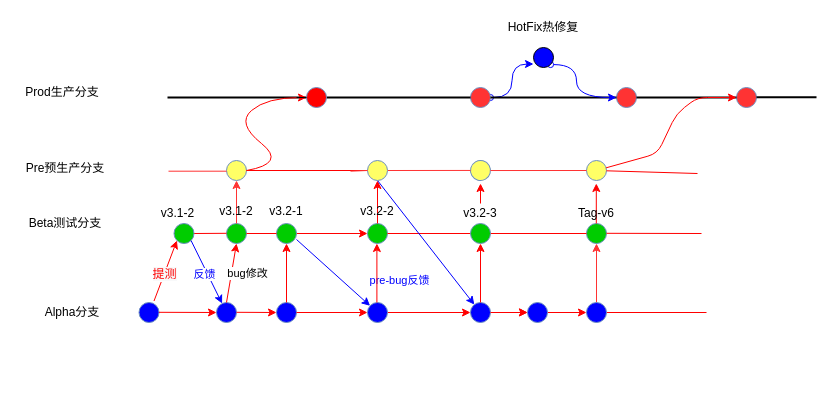
This is Untitled Diagram.drawio from Robbin-Liu/JavaSamples, a draw.io file, before an edit. Source tidied: cells renumbered, new cells numbered last; positions are measured from the earlier drawing's top-left corner, leaving out a move shared by most shapes. Both pictures are drawn from the tidied source at 100%, with x=0, y=0 at pixel (17, 17).
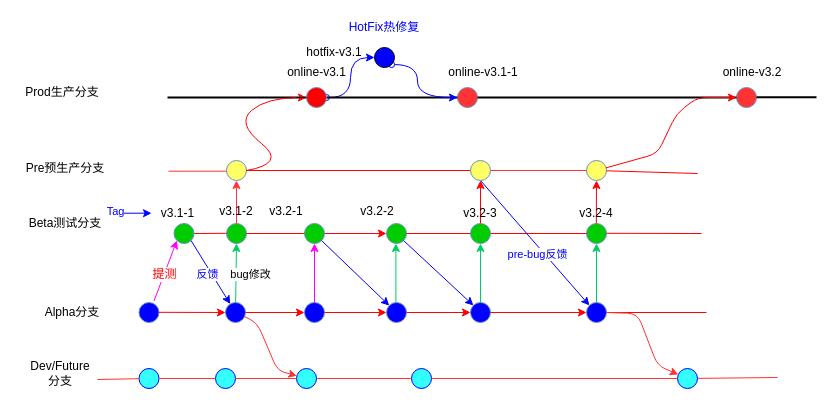
Above is the later version.

The change refers to these unchanged cells:
```xml
<mxCell id="15" style="ellipse;whiteSpace=wrap;html=1;strokeColor=#6c8ebf;fillColor=#FF0000;" parent="1" vertex="1">
  <mxGeometry x="289" y="70" width="20" height="20" as="geometry" />
</mxCell>
<mxCell id="21" style="ellipse;whiteSpace=wrap;html=1;strokeColor=#6c8ebf;fillColor=#FFFF66;rotation=0;" parent="1" vertex="1">
  <mxGeometry x="569" y="143" width="20" height="20" as="geometry" />
</mxCell>
<mxCell id="36" style="ellipse;whiteSpace=wrap;html=1;strokeColor=#6c8ebf;fillColor=#0000FF;" parent="1" vertex="1">
  <mxGeometry x="453" y="285" width="20" height="20" as="geometry" />
</mxCell>
<mxCell id="38" style="ellipse;whiteSpace=wrap;html=1;strokeColor=#6c8ebf;fillColor=#00CC00;" parent="1" vertex="1">
  <mxGeometry x="156.5" y="206" width="20" height="20" as="geometry" />
</mxCell>
<mxCell id="42" style="ellipse;whiteSpace=wrap;html=1;strokeColor=#6c8ebf;fillColor=#00CC00;" parent="1" vertex="1">
  <mxGeometry x="453" y="206" width="20" height="20" as="geometry" />
</mxCell>
<mxCell id="44" style="ellipse;whiteSpace=wrap;html=1;strokeColor=#6c8ebf;fillColor=#0000FF;" parent="1" vertex="1">
  <mxGeometry x="121.5" y="285" width="20" height="20" as="geometry" />
</mxCell>
<mxCell id="65" style="ellipse;whiteSpace=wrap;html=1;strokeColor=#6c8ebf;fillColor=#0000FF;" parent="1" vertex="1">
  <mxGeometry x="569" y="285" width="20" height="20" as="geometry" />
</mxCell>
<mxCell id="79" value="v3.2-3" style="text;html=1;strokeColor=none;fillColor=none;align=center;verticalAlign=middle;whiteSpace=wrap;rounded=0;" parent="1" vertex="1">
  <mxGeometry x="443" y="186" width="40" height="20" as="geometry" />
</mxCell>
```

Diff of the diagram source:
```diff
@@
-    <mxCell id="2" style="edgeStyle=orthogonalEdgeStyle;curved=1;rounded=0;jettySize=auto;html=1;exitX=1;exitY=0.5;exitDx=0;exitDy=0;entryX=0;entryY=0.825;entryDx=0;entryDy=0;entryPerimeter=0;startArrow=oval;startFill=0;endArrow=classic;endFill=1;strokeColor=#0000FF;" parent="1" edge="1" source="3" target="12">
+    <mxCell id="2" style="edgeStyle=orthogonalEdgeStyle;curved=1;rounded=0;jettySize=auto;html=1;entryX=0;entryY=0.5;entryDx=0;entryDy=0;startArrow=oval;startFill=0;endArrow=classic;endFill=1;strokeColor=#0000FF;" parent="1" edge="1" source="15" target="12">
       <mxGeometry relative="1" as="geometry" />
     </mxCell>
-    <mxCell id="3" style="ellipse;whiteSpace=wrap;html=1;strokeColor=#6c8ebf;fillColor=#FF3333;" parent="1" vertex="1">
-      <mxGeometry x="453" y="70" width="20" height="20" as="geometry" />
-    </mxCell>
     <mxCell id="4" style="ellipse;whiteSpace=wrap;html=1;strokeColor=#6c8ebf;fillColor=#FF3333;" parent="1" vertex="1">
-      <mxGeometry x="599" y="70" width="20" height="20" as="geometry" />
+      <mxGeometry x="440" y="70" width="20" height="20" as="geometry" />
     </mxCell>
@@
-    <mxCell id="6" style="endArrow=none;html=1;entryX=0;entryY=0.5;entryDx=0;entryDy=0;strokeWidth=2;" parent="1" edge="1" source="15" target="3">
-      <mxGeometry relative="1" as="geometry" />
-    </mxCell>
-    <mxCell id="7" style="endArrow=none;html=1;entryX=1;entryY=0.5;entryDx=0;entryDy=0;exitX=0;exitY=0.5;exitDx=0;exitDy=0;strokeWidth=2;" parent="1" edge="1" source="4" target="3">
+    <mxCell id="7" style="endArrow=none;html=1;exitX=0;exitY=0.5;exitDx=0;exitDy=0;strokeWidth=2;" parent="1" edge="1" source="4" target="15">
       <mxGeometry relative="1" as="geometry" />
     </mxCell>
@@
     <mxCell id="11" style="edgeStyle=orthogonalEdgeStyle;curved=1;rounded=0;jettySize=auto;html=1;exitX=1;exitY=1;exitDx=0;exitDy=0;startArrow=oval;startFill=0;endArrow=classic;endFill=1;strokeColor=#0000FF;entryX=0;entryY=0.5;entryDx=0;entryDy=0;" parent="1" edge="1" source="12" target="4">
       <mxGeometry relative="1" as="geometry">
         <Array as="points">
-          <mxPoint x="559" y="47" />
-          <mxPoint x="559" y="80" />
+          <mxPoint x="400" y="47" />
+          <mxPoint x="400" y="80" />
         </Array>
       </mxGeometry>
     </mxCell>
     <mxCell id="12" style="ellipse;whiteSpace=wrap;html=1;fillColor=#0000FF;" parent="1" vertex="1">
-      <mxGeometry x="516" y="30" width="20" height="20" as="geometry" />
+      <mxGeometry x="357" y="30" width="20" height="20" as="geometry" />
     </mxCell>
@@
     <mxCell id="24" style="ellipse;whiteSpace=wrap;html=1;strokeColor=#6c8ebf;fillColor=#00CC00;" parent="1" vertex="1">
-      <mxGeometry x="350" y="206" width="20" height="20" as="geometry" />
+      <mxGeometry x="369" y="206" width="20" height="20" as="geometry" />
     </mxCell>
@@
-    <mxCell id="30" style="endArrow=classic;html=1;strokeColor=#FF0000;strokeWidth=1;entryX=0.5;entryY=1;entryDx=0;entryDy=0;exitX=0.5;exitY=0;exitDx=0;exitDy=0;" parent="1" edge="1" source="24">
-      <mxGeometry relative="1" as="geometry">
-        <mxPoint x="360" y="163" as="targetPoint" />
-      </mxGeometry>
+    <mxCell id="30" style="endArrow=classic;html=1;strokeColor=#FF0000;strokeWidth=1;exitX=0.5;exitY=1;exitDx=0;exitDy=0;entryX=1;entryY=0.5;entryDx=0;entryDy=0;" parent="1" edge="1" source="79" target="81">
+      <mxGeometry relative="1" as="geometry" />
     </mxCell>
-    <mxCell id="31" style="endArrow=classic;html=1;strokeColor=#FF0000;strokeWidth=1;entryX=0.5;entryY=1;entryDx=0;entryDy=0;" parent="1" edge="1">
+    <mxCell id="31" style="endArrow=classic;html=1;strokeColor=#FF0000;strokeWidth=1;" parent="1" edge="1" target="21">
       <mxGeometry relative="1" as="geometry">
         <mxPoint x="578.8" y="206" as="sourcePoint" />
-        <mxPoint x="578.8" y="166" as="targetPoint" />
       </mxGeometry>
     </mxCell>
     <mxCell id="32" style="ellipse;whiteSpace=wrap;html=1;strokeColor=#6c8ebf;fillColor=#00CC00;" parent="1" vertex="1">
-      <mxGeometry x="259" y="206" width="20" height="20" as="geometry" />
+      <mxGeometry x="287" y="206" width="20" height="20" as="geometry" />
     </mxCell>
@@
     <mxCell id="34" style="ellipse;whiteSpace=wrap;html=1;strokeColor=#6c8ebf;fillColor=#0000FF;" parent="1" vertex="1">
-      <mxGeometry x="199" y="285" width="20" height="20" as="geometry" />
+      <mxGeometry x="208" y="285" width="20" height="20" as="geometry" />
     </mxCell>
     <mxCell id="35" style="ellipse;whiteSpace=wrap;html=1;strokeColor=#6c8ebf;fillColor=#0000FF;" parent="1" vertex="1">
-      <mxGeometry x="259" y="285" width="20" height="20" as="geometry" />
+      <mxGeometry x="287" y="285" width="20" height="20" as="geometry" />
     </mxCell>
@@
-    <mxCell id="41" style="ellipse;whiteSpace=wrap;html=1;strokeColor=#6c8ebf;fillColor=#FFFF66;rotation=15;" parent="1" vertex="1">
-      <mxGeometry x="453" y="143" width="20" height="20" as="geometry" />
-    </mxCell>
@@
-    <mxCell id="43" style="endArrow=classic;html=1;strokeColor=#FF0000;strokeWidth=1;" parent="1" edge="1" source="79">
-      <mxGeometry relative="1" as="geometry">
-        <mxPoint x="463" y="166" as="targetPoint" />
-      </mxGeometry>
-    </mxCell>
@@
-    <mxCell id="45" style="endArrow=classic;html=1;strokeColor=#FF0000;strokeWidth=1;exitX=0.75;exitY=-0.075;exitDx=0;exitDy=0;exitPerimeter=0;entryX=0;entryY=1;entryDx=0;entryDy=0;" parent="1" edge="1" source="44" target="38">
+    <mxCell id="45" style="endArrow=classic;html=1;strokeWidth=1;exitX=0.75;exitY=-0.075;exitDx=0;exitDy=0;exitPerimeter=0;entryX=0;entryY=1;entryDx=0;entryDy=0;strokeColor=#FF00FF;" parent="1" edge="1" source="44" target="38">
       <mxGeometry relative="1" as="geometry" />
     </mxCell>
@@
-    <mxCell id="49" style="endArrow=classic;html=1;strokeColor=#FF0000;strokeWidth=1;" parent="1" edge="1">
+    <mxCell id="49" style="endArrow=classic;html=1;strokeWidth=1;strokeColor=#00CC66;" parent="1" edge="1" source="34">
       <mxGeometry relative="1" as="geometry">
-        <mxPoint x="209" y="285" as="sourcePoint" />
         <mxPoint x="219" y="226" as="targetPoint" />
       </mxGeometry>
     </mxCell>
@@
-    <mxCell id="52" style="endArrow=classic;html=1;strokeColor=#FF0000;strokeWidth=1;endFill=1;" parent="1" edge="1">
-      <mxGeometry relative="1" as="geometry">
-        <mxPoint x="219" y="294.8" as="sourcePoint" />
-        <mxPoint x="259" y="295" as="targetPoint" />
-      </mxGeometry>
+    <mxCell id="52" style="endArrow=classic;html=1;strokeColor=#FF0000;strokeWidth=1;endFill=1;entryX=0;entryY=0.5;entryDx=0;entryDy=0;" parent="1" edge="1" source="34" target="35">
+      <mxGeometry relative="1" as="geometry" />
     </mxCell>
@@
-    <mxCell id="54" style="endArrow=classic;html=1;strokeColor=#FF0000;strokeWidth=1;exitX=1;exitY=0.5;exitDx=0;exitDy=0;endFill=1;" parent="1" edge="1" source="36" target="77">
-      <mxGeometry relative="1" as="geometry" />
-    </mxCell>
-    <mxCell id="55" style="endArrow=classic;html=1;strokeColor=#FF0000;strokeWidth=1;entryX=0;entryY=0.5;entryDx=0;entryDy=0;endFill=1;" parent="1" edge="1" source="77" target="65">
-      <mxGeometry relative="1" as="geometry" />
-    </mxCell>
@@
-    <mxCell id="57" style="endArrow=classic;html=1;strokeColor=#FF0000;strokeWidth=1;entryX=0.5;entryY=1;entryDx=0;entryDy=0;exitX=0.5;exitY=0;exitDx=0;exitDy=0;" parent="1" edge="1" source="35" target="32">
+    <mxCell id="57" style="endArrow=classic;html=1;strokeWidth=1;entryX=0.5;entryY=1;entryDx=0;entryDy=0;exitX=0.5;exitY=0;exitDx=0;exitDy=0;strokeColor=#FF00FF;" parent="1" edge="1" source="35" target="32">
       <mxGeometry relative="1" as="geometry" />
     </mxCell>
@@
-    <mxCell id="61" style="endArrow=classic;html=1;strokeWidth=1;exitX=1;exitY=0.5;exitDx=0;exitDy=0;strokeColor=#0000FF;" parent="1" edge="1" source="81" target="36">
+    <mxCell id="61" style="endArrow=classic;html=1;strokeWidth=1;exitX=1;exitY=0.5;exitDx=0;exitDy=0;strokeColor=#0000FF;entryX=0;entryY=0;entryDx=0;entryDy=0;" parent="1" edge="1" source="81" target="65">
       <mxGeometry relative="1" as="geometry" />
     </mxCell>
     <mxCell id="62" value="pre-bug反馈" style="edgeLabel;html=1;align=center;verticalAlign=middle;fontColor=#0000FF;" parent="61" vertex="1">
       <mxGeometry x="-0.74" relative="1" as="geometry">
-        <mxPoint x="9.6" y="83.5" as="offset" />
+        <mxPoint x="41.7" y="57.2" as="offset" />
       </mxGeometry>
     </mxCell>
-    <mxCell id="63" style="endArrow=classic;html=1;strokeColor=#FF0000;strokeWidth=1;exitX=0.5;exitY=0;exitDx=0;exitDy=0;entryX=0.5;entryY=1;entryDx=0;entryDy=0;" parent="1" edge="1" source="36" target="42">
+    <mxCell id="63" style="endArrow=classic;html=1;strokeWidth=1;exitX=0.5;exitY=0;exitDx=0;exitDy=0;entryX=0.5;entryY=1;entryDx=0;entryDy=0;strokeColor=#00CC66;" parent="1" edge="1" source="36" target="42">
       <mxGeometry relative="1" as="geometry" />
     </mxCell>
-    <mxCell id="64" style="endArrow=classic;html=1;strokeWidth=1;exitX=0.5;exitY=0;exitDx=0;exitDy=0;strokeColor=#FF3333;" parent="1" edge="1" source="65">
+    <mxCell id="64" style="endArrow=classic;html=1;strokeWidth=1;exitX=0.5;exitY=0;exitDx=0;exitDy=0;strokeColor=#00CC66;" parent="1" edge="1" source="65">
       <mxGeometry relative="1" as="geometry">
         <mxPoint x="579" y="226" as="targetPoint" />
       </mxGeometry>
     </mxCell>
@@
-    <mxCell id="67" value="v3.1-2" style="text;html=1;strokeColor=none;fillColor=none;align=center;verticalAlign=middle;whiteSpace=wrap;rounded=0;" parent="1" vertex="1">
+    <mxCell id="67" value="v3.1-1" style="text;html=1;strokeColor=none;fillColor=none;align=center;verticalAlign=middle;whiteSpace=wrap;rounded=0;" parent="1" vertex="1">
       <mxGeometry x="121.5" y="186" width="76.5" height="20" as="geometry" />
     </mxCell>
-    <mxCell id="68" value="HotFix热修复" style="text;html=1;strokeColor=none;fillColor=none;align=center;verticalAlign=middle;whiteSpace=wrap;rounded=0;" parent="1" vertex="1">
-      <mxGeometry x="483" width="86" height="20" as="geometry" />
+    <mxCell id="68" value="&lt;font color=&quot;#0000ff&quot;&gt;HotFix热修复&lt;/font&gt;" style="text;html=1;strokeColor=none;fillColor=none;align=center;verticalAlign=middle;whiteSpace=wrap;rounded=0;" parent="1" vertex="1">
+      <mxGeometry x="324" width="86" height="20" as="geometry" />
     </mxCell>
-    <mxCell id="69" style="endArrow=none;html=1;strokeColor=#FF3333;strokeWidth=1;" parent="1" edge="1" source="41" target="21">
-      <mxGeometry relative="1" as="geometry" />
-    </mxCell>
-    <mxCell id="70" style="endArrow=none;html=1;strokeColor=#FF3333;strokeWidth=1;" parent="1" edge="1" source="81" target="41">
+    <mxCell id="70" style="endArrow=none;html=1;strokeColor=#FF3333;strokeWidth=1;" parent="1" edge="1" source="81" target="21">
       <mxGeometry relative="1" as="geometry" />
     </mxCell>
@@
-    <mxCell id="72" value="Tag-v6" style="text;html=1;strokeColor=none;fillColor=none;align=center;verticalAlign=middle;whiteSpace=wrap;rounded=0;" parent="1" vertex="1">
+    <mxCell id="72" value="v3.2-4" style="text;html=1;strokeColor=none;fillColor=none;align=center;verticalAlign=middle;whiteSpace=wrap;rounded=0;" parent="1" vertex="1">
       <mxGeometry x="559" y="186" width="40" height="20" as="geometry" />
     </mxCell>
@@
-    <mxCell id="77" style="ellipse;whiteSpace=wrap;html=1;strokeColor=#6c8ebf;fillColor=#0000FF;" parent="1" vertex="1">
-      <mxGeometry x="510" y="285" width="20" height="20" as="geometry" />
-    </mxCell>
-    <mxCell id="78" style="endArrow=classic;html=1;strokeColor=#FF0000;strokeWidth=1;entryX=0;entryY=0.5;entryDx=0;entryDy=0;endFill=1;" parent="1" edge="1" target="77">
-      <mxGeometry relative="1" as="geometry">
-        <mxPoint x="502" y="294.8" as="sourcePoint" />
-      </mxGeometry>
+    <mxCell id="78" style="endArrow=classic;html=1;strokeColor=#FF0000;strokeWidth=1;entryX=0;entryY=0.5;entryDx=0;entryDy=0;endFill=1;exitX=1;exitY=0.5;exitDx=0;exitDy=0;" parent="1" edge="1" source="36" target="65">
+      <mxGeometry relative="1" as="geometry" />
     </mxCell>
@@
     <mxCell id="81" style="ellipse;whiteSpace=wrap;html=1;strokeColor=#6c8ebf;fillColor=#FFFF66;rotation=0;direction=south;" parent="1" vertex="1">
-      <mxGeometry x="350" y="143" width="20" height="20" as="geometry" />
+      <mxGeometry x="453" y="143" width="20" height="20" as="geometry" />
     </mxCell>
-    <mxCell id="82" style="endArrow=none;html=1;strokeColor=#FF3333;strokeWidth=1;" parent="1" edge="1" target="81">
-      <mxGeometry relative="1" as="geometry">
-        <mxPoint x="333" y="153.7" as="sourcePoint" />
-      </mxGeometry>
-    </mxCell>
     <mxCell id="83" style="ellipse;whiteSpace=wrap;html=1;strokeColor=#6c8ebf;fillColor=#0000FF;" parent="1" vertex="1">
-      <mxGeometry x="350" y="285" width="20" height="20" as="geometry" />
+      <mxGeometry x="369" y="285" width="20" height="20" as="geometry" />
     </mxCell>
@@
-    <mxCell id="85" style="endArrow=classic;html=1;strokeWidth=1;exitX=1;exitY=1;exitDx=0;exitDy=0;strokeColor=#0000FF;" parent="1" edge="1" target="83">
-      <mxGeometry relative="1" as="geometry">
-        <mxPoint x="279" y="222" as="sourcePoint" />
-      </mxGeometry>
+    <mxCell id="85" style="endArrow=classic;html=1;strokeWidth=1;exitX=1;exitY=1;exitDx=0;exitDy=0;strokeColor=#0000FF;" parent="1" edge="1" source="32" target="83">
+      <mxGeometry relative="1" as="geometry" />
     </mxCell>
-    <mxCell id="86" style="endArrow=classic;html=1;strokeColor=#FF0000;strokeWidth=1;entryX=0.5;entryY=1;entryDx=0;entryDy=0;exitX=0.5;exitY=0;exitDx=0;exitDy=0;" parent="1" edge="1">
+    <mxCell id="86" style="endArrow=classic;html=1;strokeWidth=1;entryX=0.5;entryY=1;entryDx=0;entryDy=0;exitX=0.5;exitY=0;exitDx=0;exitDy=0;strokeColor=#00CC66;" parent="1" edge="1">
       <mxGeometry relative="1" as="geometry">
-        <mxPoint x="359.4" y="285" as="sourcePoint" />
-        <mxPoint x="359.4" y="226" as="targetPoint" />
+        <mxPoint x="378.4" y="285" as="sourcePoint" />
+        <mxPoint x="378.4" y="226" as="targetPoint" />
       </mxGeometry>
     </mxCell>
+    <mxCell id="87" style="endArrow=none;html=1;strokeColor=#FF3333;strokeWidth=1;fontColor=#0000FF;" parent="1" edge="1" source="96">
+      <mxGeometry relative="1" as="geometry">
+        <mxPoint x="760" y="360" as="targetPoint" />
+      </mxGeometry>
+    </mxCell>
+    <mxCell id="88" style="ellipse;whiteSpace=wrap;html=1;strokeColor=#0000FF;fontColor=#0000FF;fillColor=#33FFFF;" parent="1" vertex="1">
+      <mxGeometry x="121.5" y="351" width="20" height="20" as="geometry" />
+    </mxCell>
+    <mxCell id="89" style="endArrow=none;html=1;strokeColor=#FF3333;strokeWidth=1;fontColor=#0000FF;" parent="1" edge="1" target="88">
+      <mxGeometry relative="1" as="geometry">
+        <mxPoint x="80" y="362" as="sourcePoint" />
+      </mxGeometry>
+    </mxCell>
+    <mxCell id="90" style="ellipse;whiteSpace=wrap;html=1;strokeColor=#0000FF;fontColor=#0000FF;fillColor=#33FFFF;" parent="1" vertex="1">
+      <mxGeometry x="198" y="351" width="20" height="20" as="geometry" />
+    </mxCell>
+    <mxCell id="91" style="endArrow=none;html=1;strokeColor=#FF3333;strokeWidth=1;fontColor=#0000FF;" parent="1" edge="1" source="88" target="90">
+      <mxGeometry relative="1" as="geometry" />
+    </mxCell>
+    <mxCell id="92" style="ellipse;whiteSpace=wrap;html=1;strokeColor=#0000FF;fontColor=#0000FF;fillColor=#33FFFF;" parent="1" vertex="1">
+      <mxGeometry x="279" y="351" width="20" height="20" as="geometry" />
+    </mxCell>
+    <mxCell id="93" style="endArrow=none;html=1;strokeColor=#FF3333;strokeWidth=1;fontColor=#0000FF;" parent="1" edge="1" source="90" target="92">
+      <mxGeometry relative="1" as="geometry" />
+    </mxCell>
+    <mxCell id="94" style="ellipse;whiteSpace=wrap;html=1;strokeColor=#0000FF;fontColor=#0000FF;fillColor=#33FFFF;" parent="1" vertex="1">
+      <mxGeometry x="394" y="351" width="20" height="20" as="geometry" />
+    </mxCell>
+    <mxCell id="95" style="endArrow=none;html=1;strokeColor=#FF3333;strokeWidth=1;fontColor=#0000FF;" parent="1" edge="1" source="92" target="94">
+      <mxGeometry relative="1" as="geometry" />
+    </mxCell>
+    <mxCell id="96" style="ellipse;whiteSpace=wrap;html=1;strokeColor=#0000FF;fontColor=#0000FF;fillColor=#33FFFF;" parent="1" vertex="1">
+      <mxGeometry x="660" y="351" width="20" height="20" as="geometry" />
+    </mxCell>
+    <mxCell id="97" style="endArrow=none;html=1;strokeColor=#FF3333;strokeWidth=1;fontColor=#0000FF;" parent="1" edge="1" source="94" target="96">
+      <mxGeometry relative="1" as="geometry" />
+    </mxCell>
+    <mxCell id="98" value="Dev/Future分支" style="text;html=1;strokeColor=none;fillColor=none;align=center;verticalAlign=middle;whiteSpace=wrap;rounded=0;" parent="1" vertex="1">
+      <mxGeometry x="12.5" y="346" width="60" height="20" as="geometry" />
+    </mxCell>
+    <mxCell id="99" style="endArrow=classic;html=1;strokeColor=#FF3333;strokeWidth=1;fontColor=#0000FF;" parent="1" edge="1" target="92">
+      <mxGeometry relative="1" as="geometry">
+        <mxPoint x="227" y="299" as="sourcePoint" />
+        <Array as="points">
+          <mxPoint x="240" y="306" />
+          <mxPoint x="260" y="353" />
+        </Array>
+      </mxGeometry>
+    </mxCell>
+    <mxCell id="100" style="endArrow=classic;html=1;strokeColor=#FF3333;strokeWidth=1;fontColor=#0000FF;exitX=1;exitY=0.5;exitDx=0;exitDy=0;" parent="1" edge="1" source="65" target="96">
+      <mxGeometry relative="1" as="geometry">
+        <Array as="points">
+          <mxPoint x="620" y="296" />
+          <mxPoint x="640" y="348" />
+        </Array>
+      </mxGeometry>
+    </mxCell>
+    <mxCell id="101" value="online-v3.1" style="text;html=1;strokeColor=none;fillColor=none;align=center;verticalAlign=middle;whiteSpace=wrap;rounded=0;" parent="1" vertex="1">
+      <mxGeometry x="268.5" y="45" width="61" height="20" as="geometry" />
+    </mxCell>
+    <mxCell id="102" value="hotfix-v3.1" style="text;html=1;strokeColor=none;fillColor=none;align=center;verticalAlign=middle;whiteSpace=wrap;rounded=0;" parent="1" vertex="1">
+      <mxGeometry x="271" y="25" width="92" height="20" as="geometry" />
+    </mxCell>
+    <mxCell id="103" value="online-v3.1-1" style="text;html=1;strokeColor=none;fillColor=none;align=center;verticalAlign=middle;whiteSpace=wrap;rounded=0;" parent="1" vertex="1">
+      <mxGeometry x="422" y="45" width="88" height="20" as="geometry" />
+    </mxCell>
+    <mxCell id="104" value="online-v3.2" style="text;html=1;strokeColor=none;fillColor=none;align=center;verticalAlign=middle;whiteSpace=wrap;rounded=0;" parent="1" vertex="1">
+      <mxGeometry x="698.5" y="45" width="71.5" height="20" as="geometry" />
+    </mxCell>
+    <mxCell id="105" style="endArrow=classic;html=1;strokeColor=#0000FF;strokeWidth=1;fontColor=#0000FF;" parent="1" edge="1">
+      <mxGeometry relative="1" as="geometry">
+        <mxPoint x="92.5" y="195.7" as="sourcePoint" />
+        <mxPoint x="134" y="195.7" as="targetPoint" />
+      </mxGeometry>
+    </mxCell>
+    <mxCell id="106" value="Tag" style="edgeLabel;html=1;align=center;verticalAlign=middle;fontColor=#0000FF;" parent="105" vertex="1">
+      <mxGeometry x="-0.54" y="1" relative="1" as="geometry">
+        <mxPoint x="-4.7" y="-1" as="offset" />
+      </mxGeometry>
+    </mxCell>
+    <mxCell id="107" style="endArrow=classic;html=1;strokeWidth=1;exitX=1;exitY=1;exitDx=0;exitDy=0;strokeColor=#0000FF;entryX=0;entryY=0;entryDx=0;entryDy=0;" parent="1" edge="1" source="24" target="36">
+      <mxGeometry relative="1" as="geometry" />
+    </mxCell>
```
